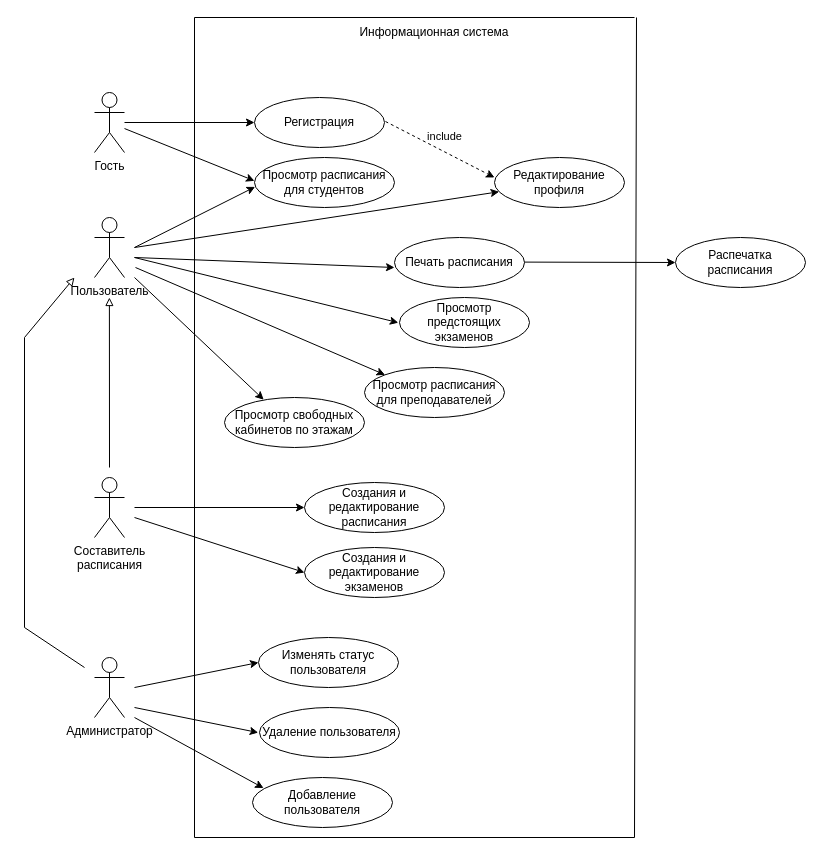
This is Схемы/Use-case.drawio from AntonTokmakov/ComplitedCoursework3, a draw.io file, before an edit. Source tidied: cells renumbered, new cells numbered last; positions are measured from the earlier drawing's top-left corner, leaving out a move shared by most shapes. Both pictures are drawn from the tidied source at 100%, with x=0, y=0 at pixel (24, 17).
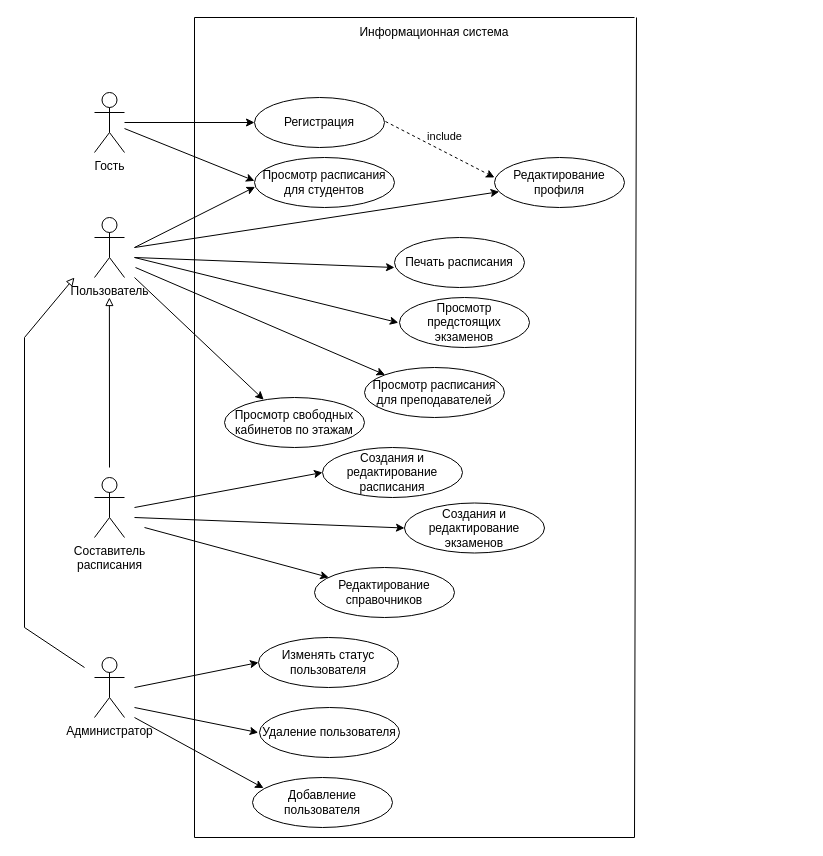
The same diagram, later.

Diff of the diagram source:
```diff
@@
     <mxCell id="21" value="Создания и редактирование расписания" style="ellipse;whiteSpace=wrap;html=1;strokeWidth=1;" parent="1" vertex="1">
-      <mxGeometry x="280" y="465" width="140" height="50" as="geometry" />
+      <mxGeometry x="298" y="430" width="140" height="50" as="geometry" />
     </mxCell>
@@
     <mxCell id="26" value="Создания и редактирование экзаменов" style="ellipse;whiteSpace=wrap;html=1;strokeWidth=1;" parent="1" vertex="1">
-      <mxGeometry x="280" y="530" width="140" height="50" as="geometry" />
+      <mxGeometry x="380" y="485.5" width="140" height="50" as="geometry" />
     </mxCell>
@@
-    <mxCell id="33" style="endArrow=classic;html=1;rounded=0;entryX=0;entryY=0.5;entryDx=0;entryDy=0;" parent="1" edge="1" target="34">
-      <mxGeometry relative="1" as="geometry">
-        <mxPoint x="500" y="244.6" as="sourcePoint" />
-      </mxGeometry>
-    </mxCell>
-    <mxCell id="34" value="Распечатка расписания" style="ellipse;whiteSpace=wrap;html=1;strokeWidth=1;" parent="1" vertex="1">
-      <mxGeometry x="651" y="220" width="130" height="50" as="geometry" />
-    </mxCell>
@@
+    <mxCell id="42" value="Редактирование справочников" style="ellipse;whiteSpace=wrap;html=1;strokeWidth=1;" parent="1" vertex="1">
+      <mxGeometry x="290" y="550" width="140" height="50" as="geometry" />
+    </mxCell>
+    <mxCell id="43" style="endArrow=classic;html=1;rounded=0;" parent="1" edge="1" target="42">
+      <mxGeometry relative="1" as="geometry">
+        <mxPoint x="120" y="510" as="sourcePoint" />
+      </mxGeometry>
+    </mxCell>
```
